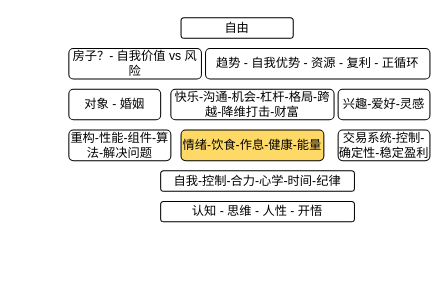
The draw.io diagram menus/第二阶段.drawio in Asamiyaa/microservice-k8s-yun, before the edit. Source tidied: cells renumbered, new cells numbered last; positions are measured from the earlier drawing's top-left corner, leaving out a move shared by most shapes. Both pictures are drawn from the tidied source at 102%, with x=0, y=0 at pixel (68, 17).
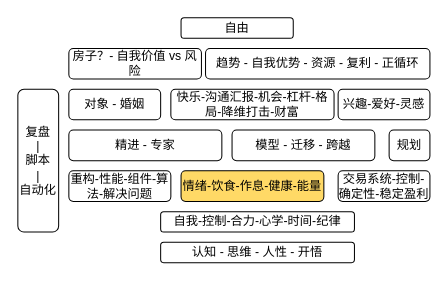
Above is the later version.

Commit message:
更新第二阶段.drawio

The edit, as a diff of the source:
```diff
@@
 <mxGraphModel>
   <root>
     <mxCell id="0" />
     <mxCell id="1" parent="0" />
     <mxCell id="2" value="自我-控制-合力-心学-时间-纪律" style="rounded=1;whiteSpace=wrap;html=1;" parent="1" vertex="1">
-      <mxGeometry x="90" y="150" width="190" height="20" as="geometry" />
+      <mxGeometry x="90" y="190" width="190" height="20" as="geometry" />
     </mxCell>
     <mxCell id="3" value="重构-性能-组件-算法-解决问题" style="rounded=1;whiteSpace=wrap;html=1;" parent="1" vertex="1">
-      <mxGeometry y="110" width="100" height="30" as="geometry" />
+      <mxGeometry y="150" width="100" height="30" as="geometry" />
     </mxCell>
     <mxCell id="4" value="情绪-饮食-作息-健康-能量" style="rounded=1;whiteSpace=wrap;html=1;fillColor=#FFD966;" parent="1" vertex="1">
-      <mxGeometry x="110" y="110" width="140" height="30" as="geometry" />
+      <mxGeometry x="110" y="150" width="140" height="30" as="geometry" />
     </mxCell>
     <mxCell id="5" value="交易系统-控制-确定性-稳定盈利" style="rounded=1;whiteSpace=wrap;html=1;" parent="1" vertex="1">
-      <mxGeometry x="264" y="110" width="90" height="30" as="geometry" />
+      <mxGeometry x="264" y="150" width="90" height="30" as="geometry" />
     </mxCell>
     <mxCell id="6" value="对象 - 婚姻" style="rounded=1;whiteSpace=wrap;html=1;" parent="1" vertex="1">
       <mxGeometry y="70" width="90" height="30" as="geometry" />
     </mxCell>
     <mxCell id="7" value="兴趣-爱好-灵感" style="rounded=1;whiteSpace=wrap;html=1;" parent="1" vertex="1">
       <mxGeometry x="264" y="70" width="90" height="30" as="geometry" />
     </mxCell>
-    <mxCell id="8" value="快乐-沟通-机会-杠杆-格局-跨越-降维打击-财富" style="rounded=1;whiteSpace=wrap;html=1;" parent="1" vertex="1">
+    <mxCell id="8" value="快乐-沟通汇报-机会-杠杆-格局-降维打击-财富" style="rounded=1;whiteSpace=wrap;html=1;" parent="1" vertex="1">
       <mxGeometry x="100" y="70" width="160" height="30" as="geometry" />
     </mxCell>
     <mxCell id="9" value="自由" style="rounded=1;whiteSpace=wrap;html=1;" parent="1" vertex="1">
       <mxGeometry x="110" width="110" height="20" as="geometry" />
     </mxCell>
     <mxCell id="10" value="趋势 - 自我优势 - 资源 - 复利 - 正循环" style="rounded=1;whiteSpace=wrap;html=1;" parent="1" vertex="1">
       <mxGeometry x="134" y="30" width="220" height="30" as="geometry" />
     </mxCell>
     <mxCell id="11" value="房子？- 自我价值 vs 风险" style="rounded=1;whiteSpace=wrap;html=1;" parent="1" vertex="1">
       <mxGeometry y="30" width="130" height="30" as="geometry" />
     </mxCell>
     <mxCell id="12" value="认知 - 思维 - 人性 - 开悟" style="rounded=1;whiteSpace=wrap;html=1;" parent="1" vertex="1">
-      <mxGeometry x="90" y="180" width="190" height="20" as="geometry" />
+      <mxGeometry x="90" y="220" width="190" height="20" as="geometry" />
     </mxCell>
+    <mxCell id="13" value="精进 - 专家" style="rounded=1;whiteSpace=wrap;html=1;" parent="1" vertex="1">
+      <mxGeometry y="110" width="150" height="30" as="geometry" />
+    </mxCell>
+    <mxCell id="14" value="模型 - 迁移 - 跨越" style="rounded=1;whiteSpace=wrap;html=1;" parent="1" vertex="1">
+      <mxGeometry x="160" y="110" width="140" height="30" as="geometry" />
+    </mxCell>
+    <mxCell id="15" value="复盘&lt;br&gt;|&lt;br&gt;脚本&lt;br&gt;|&lt;br&gt;自动化" style="rounded=1;whiteSpace=wrap;html=1;" parent="1" vertex="1">
+      <mxGeometry x="-50" y="70" width="40" height="140" as="geometry" />
+    </mxCell>
+    <mxCell id="16" value="规划" style="rounded=1;whiteSpace=wrap;html=1;" parent="1" vertex="1">
+      <mxGeometry x="314" y="110" width="40" height="30" as="geometry" />
+    </mxCell>
   </root>
 </mxGraphModel>
```
